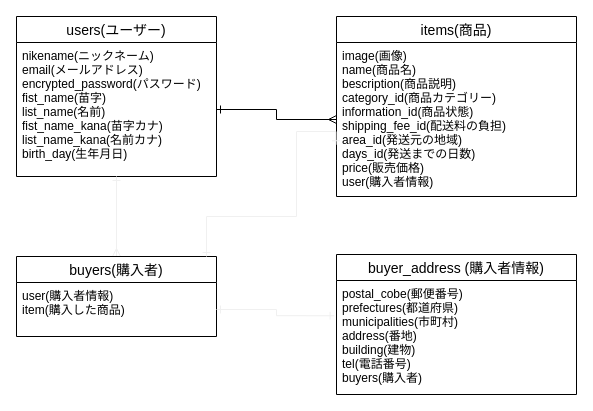
This is app/test.dio from RIKUO514/furima-33962, a draw.io file, before an edit. Source tidied: cells renumbered, new cells numbered last; positions are measured from the earlier drawing's top-left corner, leaving out a move shared by most shapes. Both pictures are drawn from the tidied source at 100%, with x=0, y=0 at pixel (16, 16).
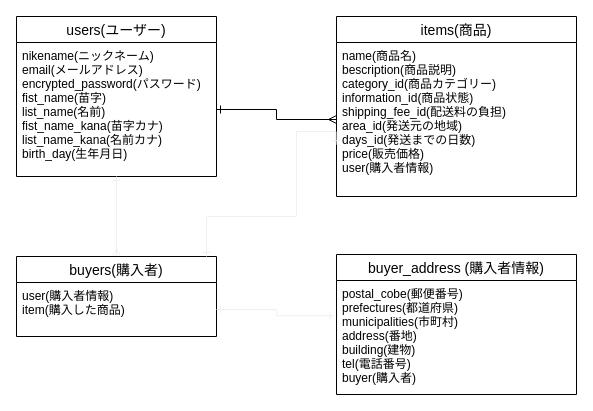
Above is the later version.

Commit message (it also covers changes not shown here):
DB設計/訂正3回目

Change to the diagram source:
```diff
@@
 <mxGraphModel>
   <root>
     <mxCell id="0" />
     <mxCell id="1" parent="0" />
     <mxCell id="2" value="users(ユーザー)" style="swimlane;fontStyle=0;horizontal=1;startSize=26;align=center;fontSize=14;" parent="1" vertex="1">
       <mxGeometry width="200" height="160" as="geometry" />
     </mxCell>
     <mxCell id="3" value="nikename(ニックネーム)&#10;email(メールアドレス)&#10;encrypted_password(パスワード)&#10;fist_name(苗字)&#10;list_name(名前)&#10;fist_name_kana(苗字カナ)&#10;list_name_kana(名前カナ)&#10;birth_day(生年月日)" style="text;strokeColor=none;fillColor=none;spacingLeft=4;spacingRight=4;overflow=hidden;points=[[0,0.5],[1,0.5]];portConstraint=eastwest;fontSize=12;" parent="2" vertex="1">
       <mxGeometry y="26" width="200" height="134" as="geometry" />
     </mxCell>
     <mxCell id="4" value="items(商品)" style="swimlane;fontStyle=0;horizontal=1;startSize=26;align=center;fontSize=14;" parent="1" vertex="1">
       <mxGeometry x="320" width="240" height="180" as="geometry" />
     </mxCell>
-    <mxCell id="5" value="image(画像)&#10;name(商品名)&#10;bescription(商品説明)&#10;category_id(商品カテゴリー)&#10;information_id(商品状態)&#10;shipping_fee_id(配送料の負担)&#10;area_id(発送元の地域)&#10;days_id(発送までの日数)&#10;price(販売価格)&#10;user(購入者情報)&#10;" style="text;strokeColor=none;fillColor=none;spacingLeft=4;spacingRight=4;overflow=hidden;points=[[0,0.5],[1,0.5]];portConstraint=eastwest;fontSize=12;" parent="4" vertex="1">
+    <mxCell id="5" value="name(商品名)&#10;bescription(商品説明)&#10;category_id(商品カテゴリー)&#10;information_id(商品状態)&#10;shipping_fee_id(配送料の負担)&#10;area_id(発送元の地域)&#10;days_id(発送までの日数)&#10;price(販売価格)&#10;user(購入者情報)&#10;" style="text;strokeColor=none;fillColor=none;spacingLeft=4;spacingRight=4;overflow=hidden;points=[[0,0.5],[1,0.5]];portConstraint=eastwest;fontSize=12;" parent="4" vertex="1">
       <mxGeometry y="26" width="240" height="154" as="geometry" />
     </mxCell>
     <mxCell id="6" style="edgeStyle=orthogonalEdgeStyle;rounded=0;jettySize=auto;html=1;exitX=1;exitY=0.5;exitDx=0;exitDy=0;entryX=0;entryY=0.5;entryDx=0;entryDy=0;endArrow=ERmany;endFill=0;startArrow=ERone;startFill=0;" parent="1" edge="1" source="3" target="5">
       <mxGeometry relative="1" as="geometry" />
     </mxCell>
     <mxCell id="7" style="edgeStyle=orthogonalEdgeStyle;rounded=0;jettySize=auto;html=1;entryX=0.5;entryY=1;entryDx=0;entryDy=0;entryPerimeter=0;startArrow=ERmany;startFill=0;endArrow=ERone;endFill=0;strokeColor=#f0f0f0;strokeWidth=1;" parent="1" edge="1" source="8" target="3">
       <mxGeometry relative="1" as="geometry" />
     </mxCell>
     <mxCell id="8" value="buyers(購入者)" style="swimlane;fontStyle=0;horizontal=1;startSize=26;align=center;fontSize=14;" parent="1" vertex="1">
       <mxGeometry y="240" width="200" height="80" as="geometry" />
     </mxCell>
     <mxCell id="9" value="user(購入者情報)&#10;item(購入した商品)" style="text;strokeColor=none;fillColor=none;spacingLeft=4;spacingRight=4;overflow=hidden;points=[[0,0.5],[1,0.5]];portConstraint=eastwest;fontSize=12;" parent="8" vertex="1">
       <mxGeometry y="26" width="200" height="54" as="geometry" />
     </mxCell>
     <mxCell id="10" value="buyer_address (購入者情報)" style="swimlane;fontStyle=0;horizontal=1;startSize=26;align=center;fontSize=14;" parent="1" vertex="1">
       <mxGeometry x="320" y="238" width="240" height="140" as="geometry" />
     </mxCell>
-    <mxCell id="11" value="postal_cobe(郵便番号)&#10;prefectures(都道府県)&#10;municipalities(市町村)&#10;address(番地)&#10;building(建物)&#10;tel(電話番号)&#10;buyers(購入者)" style="text;strokeColor=none;fillColor=none;spacingLeft=4;spacingRight=4;overflow=hidden;points=[[0,0.5],[1,0.5]];portConstraint=eastwest;fontSize=12;" parent="10" vertex="1">
+    <mxCell id="11" value="postal_cobe(郵便番号)&#10;prefectures(都道府県)&#10;municipalities(市町村)&#10;address(番地)&#10;building(建物)&#10;tel(電話番号)&#10;buyer(購入者)" style="text;strokeColor=none;fillColor=none;spacingLeft=4;spacingRight=4;overflow=hidden;points=[[0,0.5],[1,0.5]];portConstraint=eastwest;fontSize=12;" parent="10" vertex="1">
       <mxGeometry y="26" width="240" height="114" as="geometry" />
     </mxCell>
     <mxCell id="12" style="edgeStyle=orthogonalEdgeStyle;rounded=0;jettySize=auto;html=1;entryX=-0.01;entryY=0.309;entryDx=0;entryDy=0;entryPerimeter=0;startArrow=ERone;startFill=0;endArrow=ERone;endFill=0;strokeColor=#f0f0f0;strokeWidth=1;" parent="1" edge="1" source="9" target="11">
       <mxGeometry relative="1" as="geometry" />
     </mxCell>
     <mxCell id="13" style="edgeStyle=orthogonalEdgeStyle;rounded=0;jettySize=auto;html=1;entryX=-0.002;entryY=0.664;entryDx=0;entryDy=0;entryPerimeter=0;startArrow=ERone;startFill=0;endArrow=ERone;endFill=0;strokeColor=#f0f0f0;strokeWidth=1;" parent="1" edge="1" target="5">
       <mxGeometry relative="1" as="geometry">
         <mxPoint x="190" y="240" as="sourcePoint" />
         <Array as="points">
           <mxPoint x="190" y="200" />
           <mxPoint x="280" y="200" />
           <mxPoint x="280" y="115" />
         </Array>
       </mxGeometry>
     </mxCell>
   </root>
 </mxGraphModel>
```
